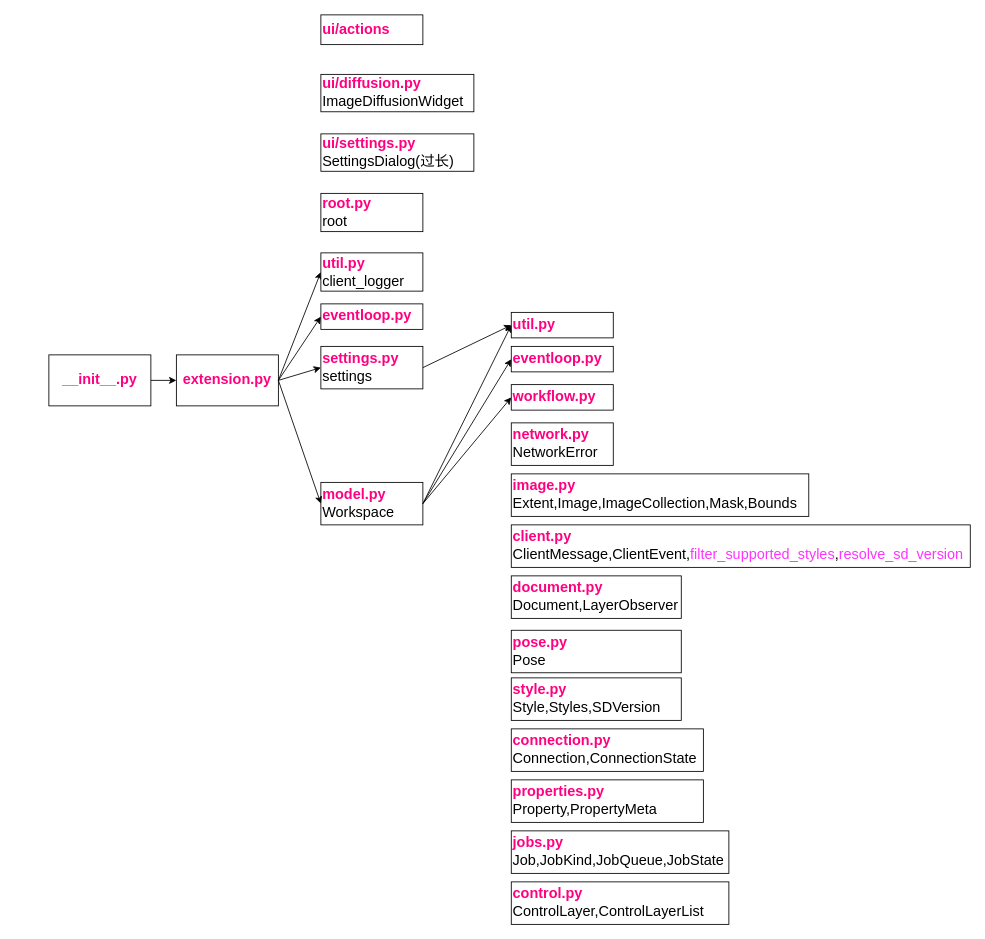
This is krita/krita_sturcture.drawio from icekeg/AIcoding, a draw.io file, before an edit. Source tidied: cells renumbered, new cells numbered last; positions are measured from the earlier drawing's top-left corner, leaving out a move shared by most shapes. Both pictures are drawn from the tidied source at 85%, with x=0, y=0 at pixel (48, 14).
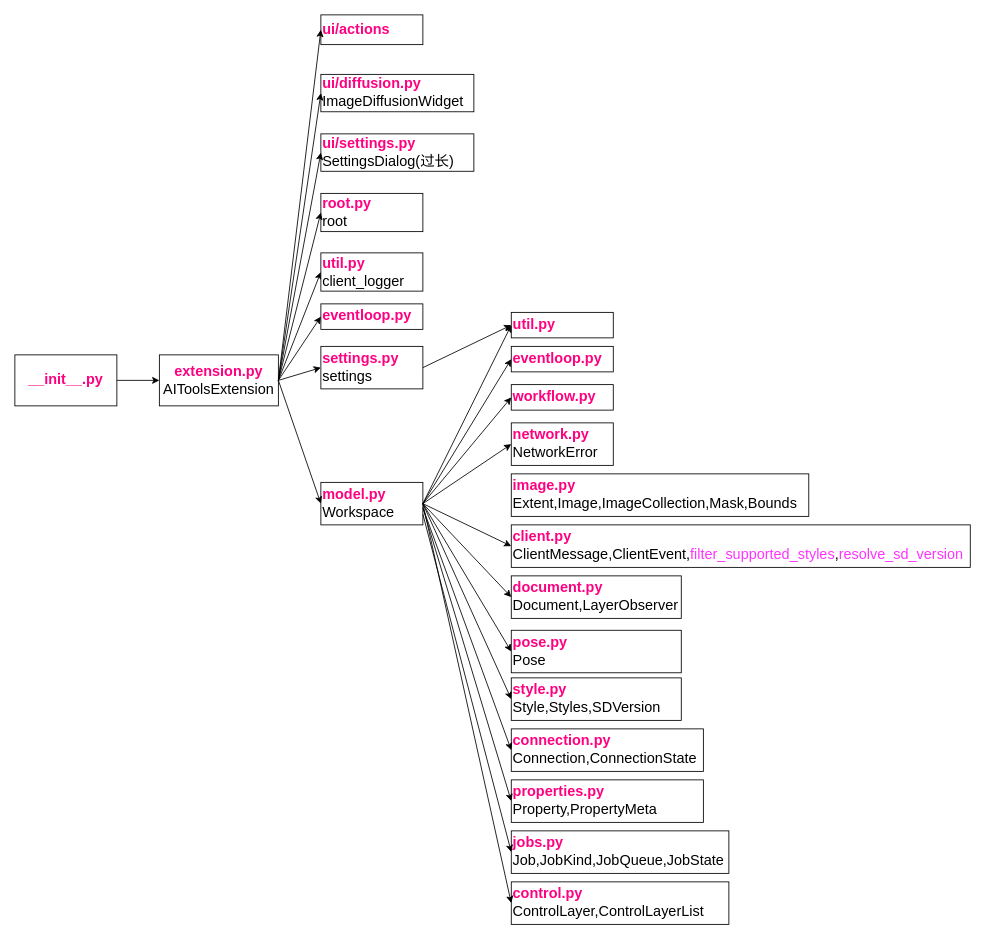
The same page after the edit.

The change refers to these unchanged cells:
```xml
<mxCell id="11" value="model.py&lt;br&gt;&lt;font color=&quot;#000000&quot;&gt;&lt;span style=&quot;font-weight: 400&quot;&gt;Workspace&lt;/span&gt;&lt;/font&gt;" style="rounded=0;whiteSpace=wrap;html=1;fontSize=17;fontColor=#FF0080;fontStyle=1;align=left;" parent="1" vertex="1">
  <mxGeometry x="320" y="550" width="120" height="50" as="geometry" />
</mxCell>
<mxCell id="13" value="ui/diffusion.py&lt;br&gt;&lt;font color=&quot;#000000&quot;&gt;&lt;span style=&quot;font-weight: 400&quot;&gt;ImageDiffusionWidget&lt;/span&gt;&lt;/font&gt;" style="rounded=0;whiteSpace=wrap;html=1;fontSize=17;fontColor=#FF0080;fontStyle=1;align=left;" parent="1" vertex="1">
  <mxGeometry x="320" y="70" width="180" height="44" as="geometry" />
</mxCell>
<mxCell id="14" value="ui/actions" style="rounded=0;whiteSpace=wrap;html=1;fontSize=17;fontColor=#FF0080;fontStyle=1;align=left;" parent="1" vertex="1">
  <mxGeometry x="320" width="120" height="35" as="geometry" />
</mxCell>
<mxCell id="15" value="ui/settings.py&lt;br&gt;&lt;font color=&quot;#000000&quot;&gt;&lt;span style=&quot;font-weight: 400&quot;&gt;SettingsDialog(过长)&lt;/span&gt;&lt;/font&gt;" style="rounded=0;whiteSpace=wrap;html=1;fontSize=17;fontColor=#FF0080;fontStyle=1;align=left;" parent="1" vertex="1">
  <mxGeometry x="320" y="140" width="180" height="44" as="geometry" />
</mxCell>
<mxCell id="16" value="root.py&lt;br&gt;&lt;span style=&quot;color: rgb(0 , 0 , 0) ; font-weight: 400&quot;&gt;root&lt;/span&gt;" style="rounded=0;whiteSpace=wrap;html=1;fontSize=17;fontColor=#FF0080;fontStyle=1;align=left;" parent="1" vertex="1">
  <mxGeometry x="320" y="210" width="120" height="45" as="geometry" />
</mxCell>
<mxCell id="23" value="client.py&lt;br&gt;&lt;span style=&quot;font-weight: 400&quot;&gt;&lt;font color=&quot;#000000&quot;&gt;ClientMessage,ClientEvent,&lt;/font&gt;&lt;font color=&quot;#ff33ff&quot;&gt;filter_supported_styles&lt;/font&gt;&lt;font color=&quot;#000000&quot;&gt;,&lt;/font&gt;&lt;font color=&quot;#ff33ff&quot;&gt;resolve_sd_version&lt;/font&gt;&lt;/span&gt;" style="rounded=0;whiteSpace=wrap;html=1;fontSize=17;fontColor=#FF0080;fontStyle=1;align=left;" parent="1" vertex="1">
  <mxGeometry x="544" y="600" width="540" height="50" as="geometry" />
</mxCell>
<mxCell id="24" value="network.py&lt;br&gt;&lt;font color=&quot;#000000&quot;&gt;&lt;span style=&quot;font-weight: 400&quot;&gt;NetworkError&lt;/span&gt;&lt;/font&gt;" style="rounded=0;whiteSpace=wrap;html=1;fontSize=17;fontColor=#FF0080;fontStyle=1;align=left;" parent="1" vertex="1">
  <mxGeometry x="544" y="480" width="120" height="50" as="geometry" />
</mxCell>
<mxCell id="26" value="document.py&lt;br&gt;&lt;font color=&quot;#000000&quot;&gt;&lt;span style=&quot;font-weight: 400&quot;&gt;Document,LayerObserver&lt;/span&gt;&lt;/font&gt;" style="rounded=0;whiteSpace=wrap;html=1;fontSize=17;fontColor=#FF0080;fontStyle=1;align=left;" parent="1" vertex="1">
  <mxGeometry x="544" y="660" width="200" height="50" as="geometry" />
</mxCell>
<mxCell id="27" value="pose.py&lt;br&gt;&lt;font color=&quot;#000000&quot;&gt;&lt;span style=&quot;font-weight: 400&quot;&gt;Pose&lt;/span&gt;&lt;/font&gt;" style="rounded=0;whiteSpace=wrap;html=1;fontSize=17;fontColor=#FF0080;fontStyle=1;align=left;" parent="1" vertex="1">
  <mxGeometry x="544" y="724" width="200" height="50" as="geometry" />
</mxCell>
<mxCell id="28" value="style.py&lt;br&gt;&lt;font color=&quot;#000000&quot;&gt;&lt;span style=&quot;font-weight: 400&quot;&gt;Style,Styles,SDVersion&lt;/span&gt;&lt;/font&gt;" style="rounded=0;whiteSpace=wrap;html=1;fontSize=17;fontColor=#FF0080;fontStyle=1;align=left;" parent="1" vertex="1">
  <mxGeometry x="544" y="780" width="200" height="50" as="geometry" />
</mxCell>
<mxCell id="29" value="connection.py&lt;br&gt;&lt;font color=&quot;#000000&quot;&gt;&lt;span style=&quot;font-weight: 400&quot;&gt;Connection,ConnectionState&lt;/span&gt;&lt;/font&gt;" style="rounded=0;whiteSpace=wrap;html=1;fontSize=17;fontColor=#FF0080;fontStyle=1;align=left;" parent="1" vertex="1">
  <mxGeometry x="544" y="840" width="226" height="50" as="geometry" />
</mxCell>
<mxCell id="30" value="properties.py&lt;br&gt;&lt;font color=&quot;#000000&quot;&gt;&lt;span style=&quot;font-weight: 400&quot;&gt;Property,PropertyMeta&lt;/span&gt;&lt;/font&gt;" style="rounded=0;whiteSpace=wrap;html=1;fontSize=17;fontColor=#FF0080;fontStyle=1;align=left;" parent="1" vertex="1">
  <mxGeometry x="544" y="900" width="226" height="50" as="geometry" />
</mxCell>
<mxCell id="31" value="jobs.py&lt;br&gt;&lt;font color=&quot;#000000&quot;&gt;&lt;span style=&quot;font-weight: 400&quot;&gt;Job,JobKind,JobQueue,JobState&lt;/span&gt;&lt;/font&gt;" style="rounded=0;whiteSpace=wrap;html=1;fontSize=17;fontColor=#FF0080;fontStyle=1;align=left;" parent="1" vertex="1">
  <mxGeometry x="544" y="960" width="256" height="50" as="geometry" />
</mxCell>
<mxCell id="32" value="control.py&lt;br&gt;&lt;font color=&quot;#000000&quot;&gt;&lt;span style=&quot;font-weight: 400&quot;&gt;ControlLayer,ControlLayerList&lt;/span&gt;&lt;/font&gt;" style="rounded=0;whiteSpace=wrap;html=1;fontSize=17;fontColor=#FF0080;fontStyle=1;align=left;" parent="1" vertex="1">
  <mxGeometry x="544" y="1020" width="256" height="50" as="geometry" />
</mxCell>
```

What changed in the source:
```diff
@@
     <mxCell id="2" value="__init__.py" style="rounded=0;whiteSpace=wrap;html=1;fontSize=17;fontColor=#FF0080;fontStyle=1;" parent="1" vertex="1">
-      <mxGeometry y="400" width="120" height="60" as="geometry" />
+      <mxGeometry x="-40" y="400" width="120" height="60" as="geometry" />
     </mxCell>
@@
-    <mxCell id="4" value="extension.py" style="rounded=0;whiteSpace=wrap;html=1;fontSize=17;fontColor=#FF0080;fontStyle=1;" parent="1" vertex="1">
-      <mxGeometry x="150" y="400" width="120" height="60" as="geometry" />
+    <mxCell id="4" value="extension.py&lt;br&gt;&lt;span style=&quot;font-weight: normal;&quot;&gt;&lt;font color=&quot;#000000&quot;&gt;AIToolsExtension&lt;/font&gt;&lt;/span&gt;" style="rounded=0;whiteSpace=wrap;html=1;fontSize=17;fontColor=#FF0080;fontStyle=1;" parent="1" vertex="1">
+      <mxGeometry x="130" y="400" width="140" height="60" as="geometry" />
     </mxCell>
@@
+    <mxCell id="34" style="endArrow=classic;html=1;fontSize=17;fontColor=#FF0080;entryX=0;entryY=0.5;entryDx=0;entryDy=0;" parent="1" edge="1" target="16">
+      <mxGeometry relative="1" as="geometry">
+        <mxPoint x="270" y="430" as="sourcePoint" />
+      </mxGeometry>
+    </mxCell>
+    <mxCell id="35" style="endArrow=classic;html=1;fontSize=17;fontColor=#FF0080;entryX=0;entryY=0.5;entryDx=0;entryDy=0;" parent="1" edge="1" target="15">
+      <mxGeometry relative="1" as="geometry">
+        <mxPoint x="270" y="430" as="sourcePoint" />
+      </mxGeometry>
+    </mxCell>
+    <mxCell id="36" style="endArrow=classic;html=1;fontSize=17;fontColor=#FF0080;entryX=0;entryY=0.5;entryDx=0;entryDy=0;" parent="1" edge="1" target="13">
+      <mxGeometry relative="1" as="geometry">
+        <mxPoint x="270" y="430" as="sourcePoint" />
+      </mxGeometry>
+    </mxCell>
+    <mxCell id="37" style="endArrow=classic;html=1;fontSize=17;fontColor=#FF0080;entryX=0;entryY=0.5;entryDx=0;entryDy=0;" parent="1" edge="1" target="14">
+      <mxGeometry relative="1" as="geometry">
+        <mxPoint x="270" y="430" as="sourcePoint" />
+      </mxGeometry>
+    </mxCell>
+    <mxCell id="38" style="endArrow=classic;html=1;fontSize=17;fontColor=#FF0080;exitX=1;exitY=0.5;exitDx=0;exitDy=0;entryX=0;entryY=0.5;entryDx=0;entryDy=0;" parent="1" edge="1" source="11" target="24">
+      <mxGeometry relative="1" as="geometry" />
+    </mxCell>
+    <mxCell id="39" style="endArrow=classic;html=1;fontSize=17;fontColor=#FF0080;exitX=1;exitY=0.5;exitDx=0;exitDy=0;entryX=0;entryY=0.5;entryDx=0;entryDy=0;" parent="1" edge="1" source="11" target="23">
+      <mxGeometry relative="1" as="geometry" />
+    </mxCell>
+    <mxCell id="40" style="endArrow=classic;html=1;fontSize=17;fontColor=#FF0080;exitX=1;exitY=0.5;exitDx=0;exitDy=0;entryX=0;entryY=0.5;entryDx=0;entryDy=0;" parent="1" edge="1" source="11" target="26">
+      <mxGeometry relative="1" as="geometry" />
+    </mxCell>
+    <mxCell id="41" style="endArrow=classic;html=1;fontSize=17;fontColor=#FF0080;exitX=1;exitY=0.5;exitDx=0;exitDy=0;entryX=0;entryY=0.5;entryDx=0;entryDy=0;" parent="1" edge="1" source="11" target="27">
+      <mxGeometry relative="1" as="geometry" />
+    </mxCell>
+    <mxCell id="42" style="endArrow=classic;html=1;fontSize=17;fontColor=#FF0080;exitX=1;exitY=0.5;exitDx=0;exitDy=0;entryX=0;entryY=0.5;entryDx=0;entryDy=0;" parent="1" edge="1" source="11" target="28">
+      <mxGeometry relative="1" as="geometry" />
+    </mxCell>
+    <mxCell id="43" style="endArrow=classic;html=1;fontSize=17;fontColor=#FF0080;entryX=0;entryY=0.5;entryDx=0;entryDy=0;" parent="1" edge="1" target="29">
+      <mxGeometry relative="1" as="geometry">
+        <mxPoint x="440" y="580" as="sourcePoint" />
+      </mxGeometry>
+    </mxCell>
+    <mxCell id="44" style="endArrow=classic;html=1;fontSize=17;fontColor=#FF0080;entryX=0;entryY=0.5;entryDx=0;entryDy=0;" parent="1" edge="1" target="30">
+      <mxGeometry relative="1" as="geometry">
+        <mxPoint x="440" y="580" as="sourcePoint" />
+      </mxGeometry>
+    </mxCell>
+    <mxCell id="45" style="endArrow=classic;html=1;fontSize=17;fontColor=#FF0080;exitX=1;exitY=0.75;exitDx=0;exitDy=0;entryX=0;entryY=0.5;entryDx=0;entryDy=0;" parent="1" edge="1" source="11" target="31">
+      <mxGeometry relative="1" as="geometry" />
+    </mxCell>
+    <mxCell id="46" style="endArrow=classic;html=1;fontSize=17;fontColor=#FF0080;exitX=1;exitY=0.5;exitDx=0;exitDy=0;entryX=0;entryY=0.5;entryDx=0;entryDy=0;" parent="1" edge="1" source="11" target="32">
+      <mxGeometry relative="1" as="geometry" />
+    </mxCell>
```
